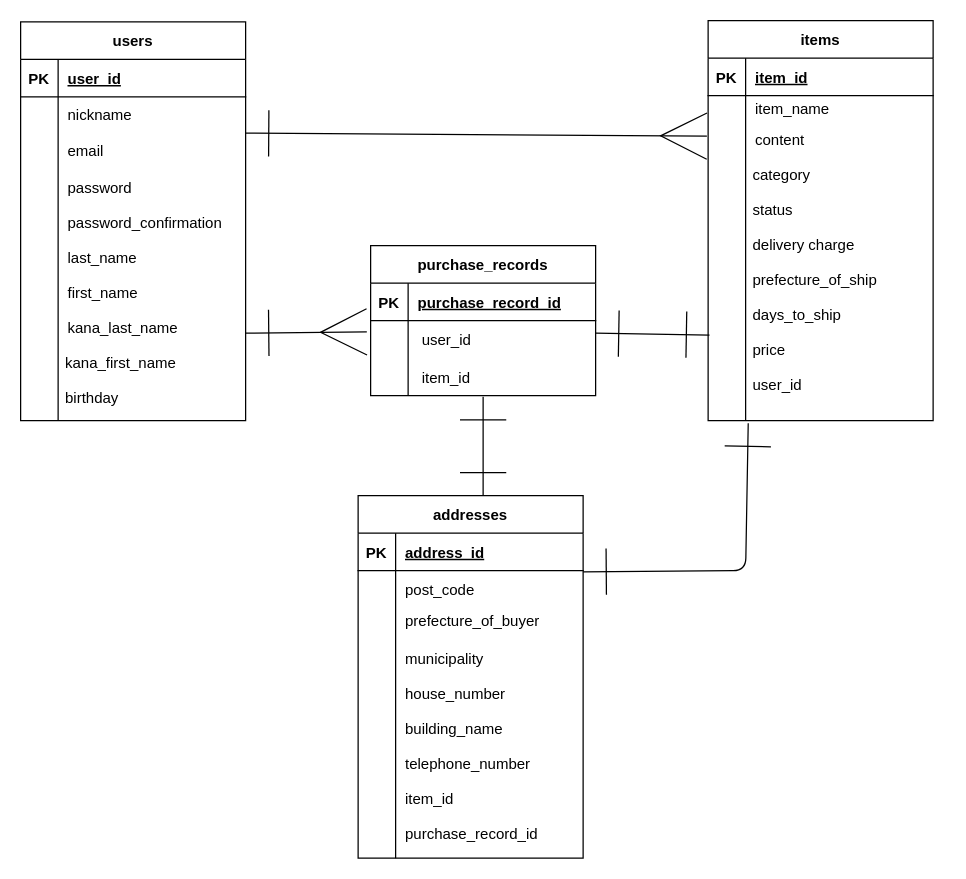
Above: Furima .dio in mispica/furima-38848 (draw.io), before the change. Source tidied: cells renumbered, new cells numbered last; positions are measured from the earlier drawing's top-left corner, leaving out a move shared by most shapes. Both pictures are drawn from the tidied source at 125%, with x=0, y=0 at pixel (20, 20).
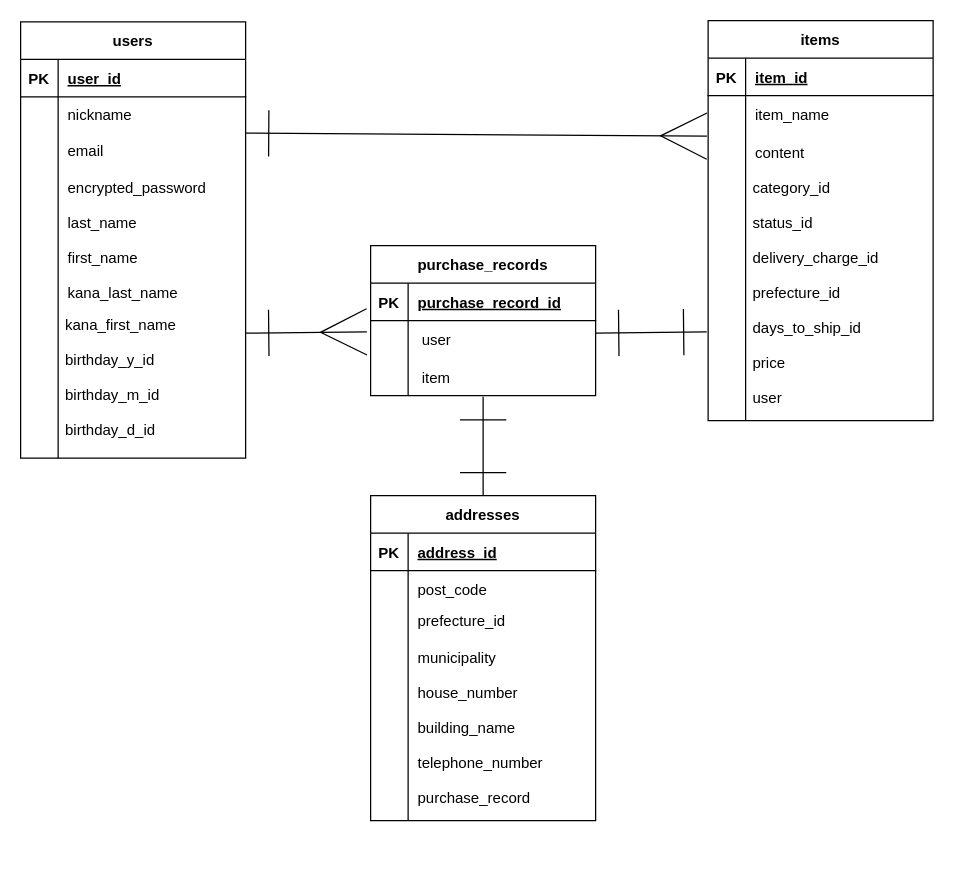
After the change.

Commit message (it also covers changes not shown here):
データベース設計　修正

ER図の修正
README.mdの修正

The change refers to these unchanged cells:
```xml
<mxCell id="19" value="items" style="shape=table;startSize=30;childLayout=tableLayout;rowLines=0;fontStyle=1;align=center;" parent="1" vertex="1">
  <mxGeometry x="550" width="180" height="320" as="geometry" />
</mxCell>
<mxCell id="40" style="shape=tableRow;horizontal=0;startSize=0;swimlaneHead=0;swimlaneBody=0;fillColor=none;points=[[0,0.5],[1,0.5]];portConstraint=eastwest;top=0;left=0;right=0;bottom=0;" parent="36" vertex="1">
  <mxGeometry y="60" width="180" height="30" as="geometry" />
</mxCell>
<mxCell id="43" style="shape=tableRow;horizontal=0;startSize=0;swimlaneHead=0;swimlaneBody=0;fillColor=none;points=[[0,0.5],[1,0.5]];portConstraint=eastwest;top=0;left=0;right=0;bottom=0;" parent="36" vertex="1">
  <mxGeometry y="90" width="180" height="30" as="geometry" />
</mxCell>
<mxCell id="53" style="shape=tableRow;horizontal=0;startSize=0;swimlaneHead=0;swimlaneBody=0;fillColor=none;top=0;left=0;right=0;bottom=0;" parent="46" vertex="1">
  <mxGeometry y="90" width="180" height="20" as="geometry" />
</mxCell>
```

The edit, as a diff of the source:
```diff
@@
-    <mxCell id="3" style="edgeStyle=none;html=1;endArrow=ERone;endFill=0;endSize=35;startArrow=ERone;startFill=0;startSize=35;entryX=0.006;entryY=0.674;entryDx=0;entryDy=0;entryPerimeter=0;" parent="1" edge="1" target="29">
+    <mxCell id="3" style="edgeStyle=none;html=1;endArrow=ERone;endFill=0;endSize=35;startArrow=ERone;startFill=0;startSize=35;entryX=-0.006;entryY=0.645;entryDx=0;entryDy=0;entryPerimeter=0;" parent="1" edge="1" target="29">
       <mxGeometry relative="1" as="geometry">
         <mxPoint x="460" y="250" as="sourcePoint" />
       </mxGeometry>
     </mxCell>
     <mxCell id="4" value="users" style="shape=table;startSize=30;childLayout=tableLayout;rowLines=0;fontStyle=1;align=center;" parent="1" vertex="1">
-      <mxGeometry y="1" width="180" height="319" as="geometry" />
+      <mxGeometry y="1" width="180" height="349" as="geometry" />
     </mxCell>
@@
     <mxCell id="14" style="shape=tableRow;horizontal=0;startSize=0;swimlaneHead=0;swimlaneBody=0;fillColor=none;top=0;left=0;right=0;bottom=0;" parent="4" vertex="1">
-      <mxGeometry y="118" width="180" height="201" as="geometry" />
+      <mxGeometry y="118" width="180" height="231" as="geometry" />
     </mxCell>
     <mxCell id="15" style="shape=partialRectangle;fillColor=none;top=0;left=0;bottom=0;right=0;overflow=hidden;" parent="14" vertex="1">
-      <mxGeometry width="30" height="201" as="geometry" />
+      <mxGeometry width="30" height="231" as="geometry" />
     </mxCell>
     <mxCell id="16" style="shape=partialRectangle;fillColor=none;top=0;left=0;bottom=0;right=0;align=left;spacingLeft=6;overflow=hidden;" parent="14" vertex="1">
-      <mxGeometry x="30" width="150" height="201" as="geometry" />
+      <mxGeometry x="30" width="150" height="231" as="geometry" />
     </mxCell>
-    <mxCell id="17" value="password&#10;&#10;password_confirmation&#10;&#10;last_name&#10;&#10;first_name&#10;&#10;kana_last_name&#10;" style="shape=partialRectangle;fillColor=none;top=0;left=0;bottom=0;right=0;align=left;spacingLeft=6;overflow=hidden;verticalAlign=top;" parent="1" vertex="1">
+    <mxCell id="17" value="encrypted_password&#10;&#10;last_name&#10;&#10;first_name&#10;&#10;kana_last_name&#10;" style="shape=partialRectangle;fillColor=none;top=0;left=0;bottom=0;right=0;align=left;spacingLeft=6;overflow=hidden;verticalAlign=top;" parent="1" vertex="1">
       <mxGeometry x="30" y="120" width="150" height="140" as="geometry" />
     </mxCell>
-    <mxCell id="18" value="kana_first_name&#10;&#10;birthday" style="text;strokeColor=none;fillColor=none;spacingLeft=4;spacingRight=4;overflow=hidden;fontSize=12;" parent="1" vertex="1">
-      <mxGeometry x="30" y="260" width="160" height="50" as="geometry" />
+    <mxCell id="18" value="kana_first_name&#10;&#10;birthday_y_id&#10;&#10;birthday_m_id&#10;&#10;birthday_d_id" style="text;strokeColor=none;fillColor=none;spacingLeft=4;spacingRight=4;overflow=hidden;fontSize=12;" parent="1" vertex="1">
+      <mxGeometry x="30" y="230" width="160" height="140" as="geometry" />
     </mxCell>
@@
     <mxCell id="23" style="shape=tableRow;horizontal=0;startSize=0;swimlaneHead=0;swimlaneBody=0;fillColor=none;top=0;left=0;right=0;bottom=0;" parent="19" vertex="1">
-      <mxGeometry y="60" width="180" height="20" as="geometry" />
+      <mxGeometry y="60" width="180" height="30" as="geometry" />
     </mxCell>
     <mxCell id="24" style="shape=partialRectangle;fillColor=none;top=0;left=0;bottom=0;right=0;overflow=hidden;" parent="23" vertex="1">
-      <mxGeometry width="30" height="20" as="geometry" />
+      <mxGeometry width="30" height="30" as="geometry" />
     </mxCell>
     <mxCell id="25" value="item_name" style="shape=partialRectangle;fillColor=none;top=0;left=0;bottom=0;right=0;align=left;spacingLeft=6;overflow=hidden;" parent="23" vertex="1">
-      <mxGeometry x="30" width="150" height="20" as="geometry" />
+      <mxGeometry x="30" width="150" height="30" as="geometry" />
     </mxCell>
     <mxCell id="26" style="shape=tableRow;horizontal=0;startSize=0;swimlaneHead=0;swimlaneBody=0;fillColor=none;top=0;left=0;right=0;bottom=0;" parent="19" vertex="1">
-      <mxGeometry y="80" width="180" height="30" as="geometry" />
+      <mxGeometry y="90" width="180" height="30" as="geometry" />
     </mxCell>
@@
     <mxCell id="29" style="shape=tableRow;horizontal=0;startSize=0;swimlaneHead=0;swimlaneBody=0;fillColor=none;points=[[0,0.5],[1,0.5]];portConstraint=eastwest;top=0;left=0;right=0;bottom=0;" parent="19" vertex="1">
-      <mxGeometry y="110" width="180" height="210" as="geometry" />
+      <mxGeometry y="120" width="180" height="200" as="geometry" />
     </mxCell>
     <mxCell id="30" style="shape=partialRectangle;fillColor=none;top=0;left=0;bottom=0;right=0;overflow=hidden;" parent="29" vertex="1">
-      <mxGeometry width="30" height="210" as="geometry" />
+      <mxGeometry width="30" height="200" as="geometry" />
     </mxCell>
     <mxCell id="31" style="shape=partialRectangle;fillColor=none;top=0;left=0;bottom=0;right=0;align=left;spacingLeft=6;overflow=hidden;" parent="29" vertex="1">
-      <mxGeometry x="30" width="150" height="210" as="geometry" />
+      <mxGeometry x="30" width="150" height="200" as="geometry" />
     </mxCell>
-    <mxCell id="32" value="category&#10;&#10;status&#10;&#10;delivery charge&#10;&#10;prefecture_of_ship&#10;&#10;days_to_ship&#10;&#10;price&#10;&#10;user_id&#10;&#10;" style="text;strokeColor=none;fillColor=none;spacingLeft=4;spacingRight=4;overflow=hidden;points=[[0,0.5],[1,0.5]];portConstraint=eastwest;fontSize=12;" parent="1" vertex="1">
-      <mxGeometry x="580" y="110" width="160" height="210" as="geometry" />
+    <mxCell id="32" value="category_id&#10;&#10;status_id&#10;&#10;delivery_charge_id&#10;&#10;prefecture_id&#10;&#10;days_to_ship_id&#10;&#10;price&#10;&#10;user&#10;&#10;" style="text;strokeColor=none;fillColor=none;spacingLeft=4;spacingRight=4;overflow=hidden;points=[[0,0.5],[1,0.5]];portConstraint=eastwest;fontSize=12;" parent="1" vertex="1">
+      <mxGeometry x="580" y="120" width="160" height="200" as="geometry" />
     </mxCell>
@@
-    <mxCell id="35" style="edgeStyle=none;html=1;exitX=1;exitY=0.5;exitDx=0;exitDy=0;entryX=0.013;entryY=1.01;entryDx=0;entryDy=0;entryPerimeter=0;strokeWidth=1;startArrow=ERone;startFill=0;endArrow=ERone;endFill=0;startSize=35;endSize=35;" parent="1" edge="1" target="32">
-      <mxGeometry relative="1" as="geometry">
-        <mxPoint x="450" y="441" as="sourcePoint" />
-        <Array as="points">
-          <mxPoint x="580" y="440" />
-        </Array>
-      </mxGeometry>
-    </mxCell>
@@
-    <mxCell id="42" value=" user_id" style="shape=partialRectangle;fillColor=none;top=0;left=0;bottom=0;right=0;align=left;spacingLeft=6;overflow=hidden;" parent="40" vertex="1">
+    <mxCell id="42" value=" user" style="shape=partialRectangle;fillColor=none;top=0;left=0;bottom=0;right=0;align=left;spacingLeft=6;overflow=hidden;" parent="40" vertex="1">
       <mxGeometry x="30" width="150" height="30" as="geometry" />
     </mxCell>
@@
-    <mxCell id="45" value=" item_id" style="shape=partialRectangle;fillColor=none;top=0;left=0;bottom=0;right=0;align=left;spacingLeft=6;overflow=hidden;" parent="43" vertex="1">
+    <mxCell id="45" value=" item" style="shape=partialRectangle;fillColor=none;top=0;left=0;bottom=0;right=0;align=left;spacingLeft=6;overflow=hidden;" parent="43" vertex="1">
       <mxGeometry x="30" width="150" height="30" as="geometry" />
     </mxCell>
     <mxCell id="46" value="addresses" style="shape=table;startSize=30;childLayout=tableLayout;rowLines=0;fontStyle=1;align=center;" parent="1" vertex="1">
-      <mxGeometry x="270" y="380" width="180" height="290" as="geometry" />
+      <mxGeometry x="280" y="380" width="180" height="260" as="geometry" />
     </mxCell>
@@
-    <mxCell id="55" value="prefecture_of_buyer" style="shape=partialRectangle;fillColor=none;top=0;left=0;bottom=0;right=0;align=left;spacingLeft=6;overflow=hidden;" parent="53" vertex="1">
+    <mxCell id="55" value="prefecture_id" style="shape=partialRectangle;fillColor=none;top=0;left=0;bottom=0;right=0;align=left;spacingLeft=6;overflow=hidden;" parent="53" vertex="1">
       <mxGeometry x="30" width="150" height="20" as="geometry" />
     </mxCell>
     <mxCell id="56" style="shape=tableRow;horizontal=0;startSize=0;swimlaneHead=0;swimlaneBody=0;fillColor=none;top=0;left=0;right=0;bottom=0;" parent="46" vertex="1">
-      <mxGeometry y="110" width="180" height="180" as="geometry" />
+      <mxGeometry y="110" width="180" height="150" as="geometry" />
     </mxCell>
     <mxCell id="57" style="shape=partialRectangle;fillColor=none;top=0;left=0;bottom=0;right=0;overflow=hidden;" parent="56" vertex="1">
-      <mxGeometry width="30" height="180" as="geometry" />
+      <mxGeometry width="30" height="150" as="geometry" />
     </mxCell>
-    <mxCell id="58" value="municipality&#10;&#10;house_number&#10;&#10;building_name&#10;&#10;telephone_number&#10;&#10;item_id&#10;&#10;purchase_record_id" style="shape=partialRectangle;fillColor=none;top=0;left=0;bottom=0;right=0;align=left;spacingLeft=6;overflow=hidden;" parent="56" vertex="1">
-      <mxGeometry x="30" width="150" height="180" as="geometry" />
+    <mxCell id="58" value="municipality&#10;&#10;house_number&#10;&#10;building_name&#10;&#10;telephone_number&#10;&#10;purchase_record" style="shape=partialRectangle;fillColor=none;top=0;left=0;bottom=0;right=0;align=left;spacingLeft=6;overflow=hidden;" parent="56" vertex="1">
+      <mxGeometry x="30" width="150" height="150" as="geometry" />
     </mxCell>
-    <mxCell id="59" style="shape=partialRectangle;fillColor=none;top=0;left=0;bottom=0;right=0;align=left;spacingLeft=6;overflow=hidden;" parent="1" vertex="1">
-      <mxGeometry x="300" y="490" width="150" height="30" as="geometry" />
-    </mxCell>
```
